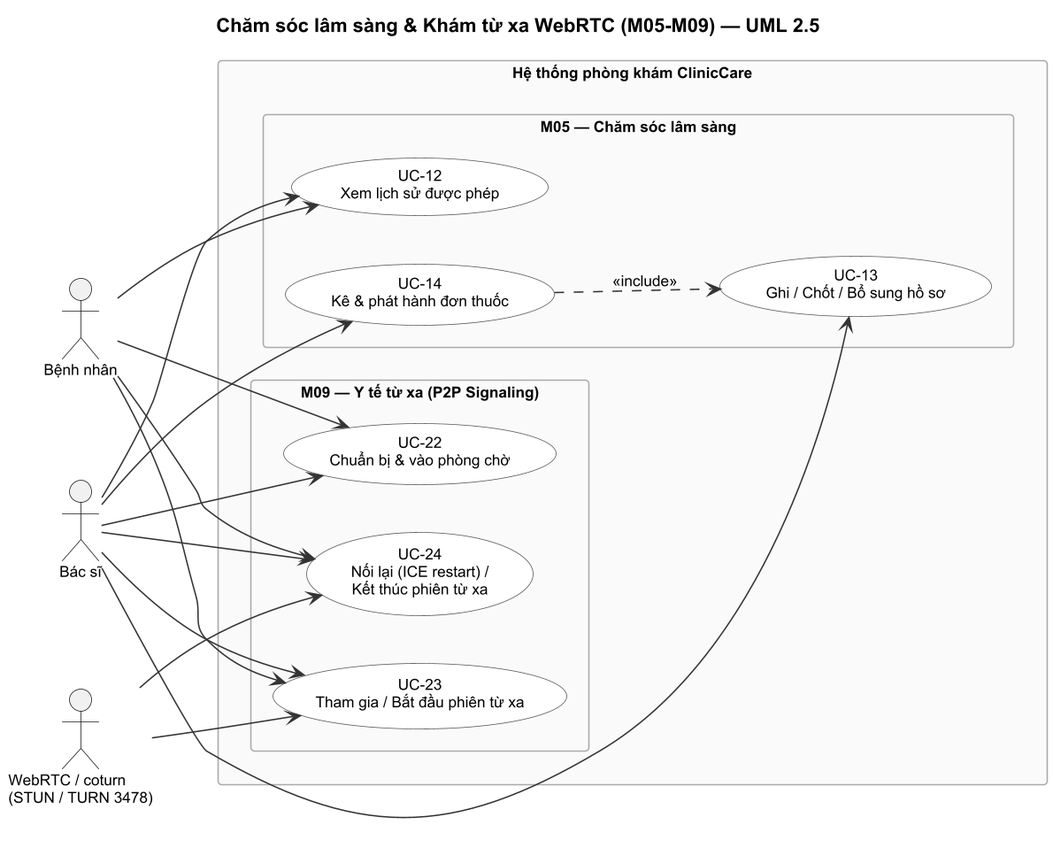
Samie32/SE-project keeps this PlantUML diagram as docs/design/use-case/use-case-3.png. Above is the earlier version.
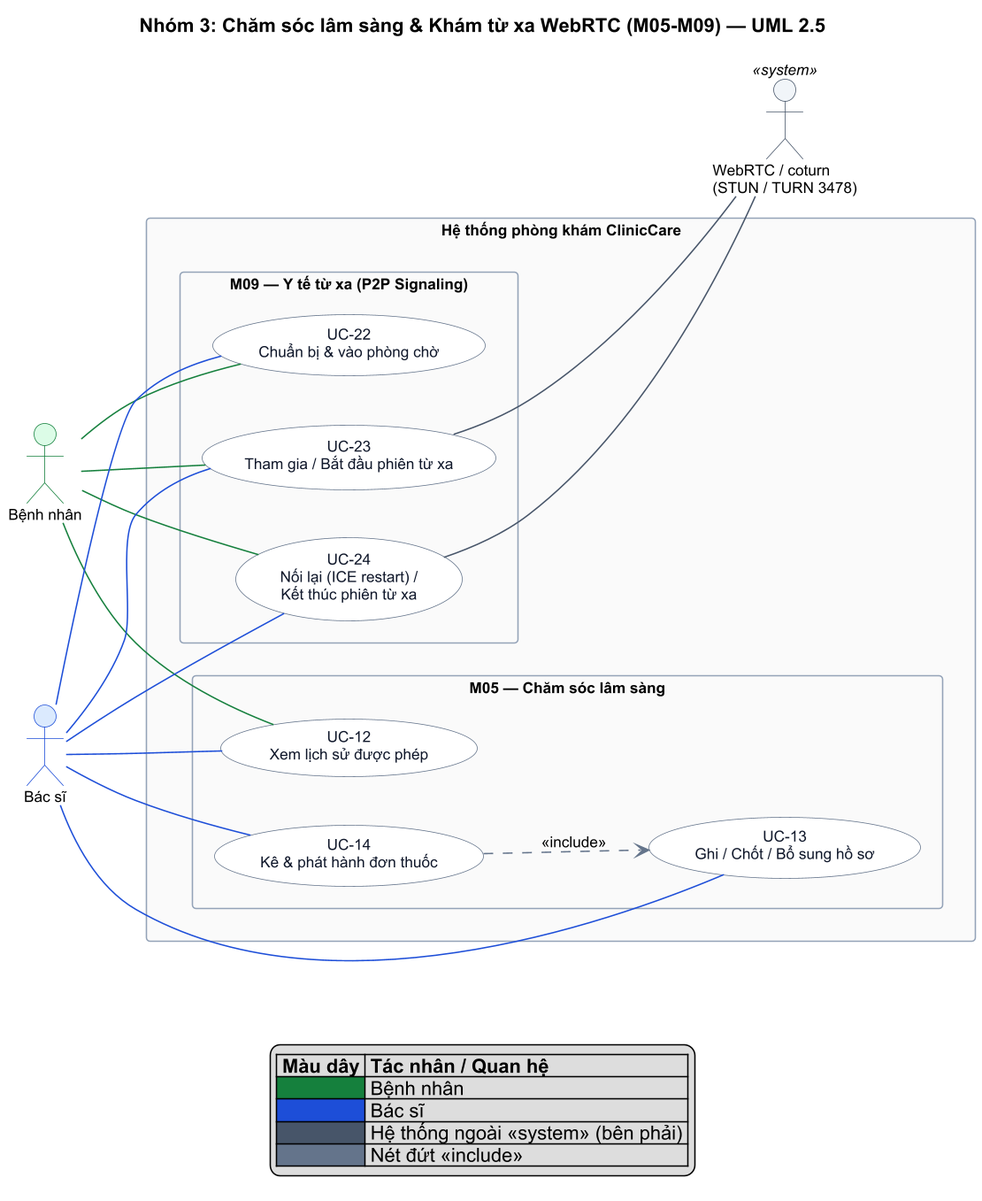
Later version of the same file.

Change to the diagram source:
```diff
@@ -1,23 +1,22 @@
 @startuml use-case-3
 skinparam usecase {
   BackgroundColor White
-  BorderColor #555
-  ArrowColor #333
+  BorderColor #64748B
+  FontColor #0F172A
 }
 skinparam packageStyle rectangle
 skinparam packageBackgroundColor #FAFAFA
-skinparam packageBorderColor #AAAAAA
+skinparam packageBorderColor #94A3B8
 skinparam shadowing false
 skinparam defaultFontName Arial
 skinparam defaultFontSize 11
 skinparam dpi 150
-title Chăm sóc lâm sàng & Khám từ xa WebRTC (M05-M09) — UML 2.5
+title Nhóm 3: Chăm sóc lâm sàng & Khám từ xa WebRTC (M05-M09) — UML 2.5
 
 left to right direction
 
-actor "Bệnh nhân" as Patient
-actor "Bác sĩ" as Doctor
-actor "WebRTC / coturn\n(STUN / TURN 3478)" as VideoNet
+actor "Bệnh nhân" as Patient #DCFCE7;line:15803D
+actor "Bác sĩ" as Doctor #DBEAFE;line:1D4ED8
 
 rectangle "Hệ thống phòng khám ClinicCare" {
 
@@ -34,20 +33,30 @@
   }
 }
 
-Patient --> UC12
-Patient --> UC22
-Patient --> UC23
-Patient --> UC24
+actor "WebRTC / coturn\n(STUN / TURN 3478)" as VideoNet <<system>> #F1F5F9;line:475569
 
-Doctor --> UC12
-Doctor --> UC13
-Doctor --> UC14
-Doctor --> UC22
-Doctor --> UC23
-Doctor --> UC24
+Patient -[#15803D]- UC12
+Patient -[#15803D]- UC22
+Patient -[#15803D]- UC23
+Patient -[#15803D]- UC24
 
-VideoNet --> UC23
-VideoNet --> UC24
+Doctor -[#1D4ED8]- UC12
+Doctor -[#1D4ED8]- UC13
+Doctor -[#1D4ED8]- UC14
+Doctor -[#1D4ED8]- UC22
+Doctor -[#1D4ED8]- UC23
+Doctor -[#1D4ED8]- UC24
 
-UC14 ..> UC13 : <<include>>
+UC23 -[#475569]- VideoNet
+UC24 -[#475569]- VideoNet
+
+UC14 .[#64748B].> UC13 : <<include>>
+
+legend bottom
+  |= Màu dây |= Tác nhân / Quan hệ |
+  |<#15803D>   | Bệnh nhân |
+  |<#1D4ED8>   | Bác sĩ |
+  |<#475569>   | Hệ thống ngoài <<system>> (bên phải) |
+  |<#64748B>   | Nét đứt <<include>> |
+endlegend
 @enduml
```
